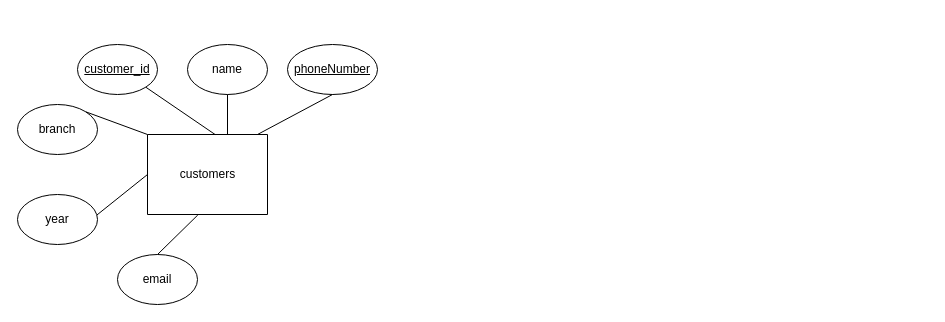
Earlier version of the draw.io diagram model/Untitled Diagram.drawio (DebmalyaSen34/backend-things-preperly). Source tidied: cells renumbered, new cells numbered last; positions are measured from the earlier drawing's top-left corner, leaving out a move shared by most shapes. Both pictures are drawn from the tidied source at 100%, with x=0, y=0 at pixel (17, 44).
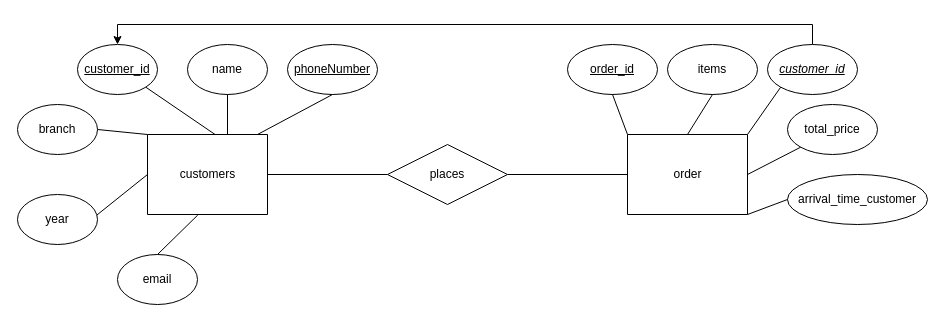
The same diagram, later.

Unchanged cells that the change refers to:
```xml
<mxCell id="4" value="&lt;u&gt;customer_id&lt;/u&gt;" style="ellipse;whiteSpace=wrap;html=1;" parent="1" vertex="1">
  <mxGeometry x="60" width="80" height="50" as="geometry" />
</mxCell>
<mxCell id="7" value="branch" style="ellipse;whiteSpace=wrap;html=1;" parent="1" vertex="1">
  <mxGeometry y="60" width="80" height="50" as="geometry" />
</mxCell>
```

Diff of the diagram source:
```diff
@@
-    <mxCell id="13" style="endArrow=none;html=1;rounded=0;entryX=1;entryY=0;entryDx=0;entryDy=0;" parent="1" edge="1" target="7">
+    <mxCell id="13" style="endArrow=none;html=1;rounded=0;entryX=1;entryY=0.5;entryDx=0;entryDy=0;" parent="1" edge="1" target="7">
       <mxGeometry relative="1" as="geometry">
         <mxPoint x="130" y="90" as="sourcePoint" />
       </mxGeometry>
     </mxCell>
@@
+    <mxCell id="16" style="swimlane;startSize=0;" parent="1" vertex="1">
+      <mxGeometry x="610" y="90" width="120" height="80" as="geometry" />
+    </mxCell>
+    <mxCell id="17" value="order" style="text;html=1;align=center;verticalAlign=middle;strokeColor=none;fillColor=none;" parent="16" vertex="1">
+      <mxGeometry x="35" y="25" width="50" height="30" as="geometry" />
+    </mxCell>
+    <mxCell id="18" value="&lt;u&gt;order_id&lt;/u&gt;" style="ellipse;whiteSpace=wrap;html=1;" parent="1" vertex="1">
+      <mxGeometry x="550" width="90" height="50" as="geometry" />
+    </mxCell>
+    <mxCell id="19" value="items" style="ellipse;whiteSpace=wrap;html=1;" parent="1" vertex="1">
+      <mxGeometry x="650" width="90" height="50" as="geometry" />
+    </mxCell>
+    <mxCell id="20" style="edgeStyle=orthogonalEdgeStyle;rounded=0;jettySize=auto;html=1;exitX=0.5;exitY=0;exitDx=0;exitDy=0;entryX=0.5;entryY=0;entryDx=0;entryDy=0;" parent="1" edge="1" source="21" target="4">
+      <mxGeometry relative="1" as="geometry" />
+    </mxCell>
+    <mxCell id="21" value="&lt;u&gt;&lt;i&gt;customer_id&lt;/i&gt;&lt;/u&gt;" style="ellipse;whiteSpace=wrap;html=1;" parent="1" vertex="1">
+      <mxGeometry x="750" width="90" height="50" as="geometry" />
+    </mxCell>
+    <mxCell id="22" value="total_price" style="ellipse;whiteSpace=wrap;html=1;" parent="1" vertex="1">
+      <mxGeometry x="770" y="60" width="90" height="50" as="geometry" />
+    </mxCell>
+    <mxCell id="23" value="arrival_time_customer" style="ellipse;whiteSpace=wrap;html=1;" parent="1" vertex="1">
+      <mxGeometry x="770" y="130" width="140" height="50" as="geometry" />
+    </mxCell>
+    <mxCell id="24" value="places" style="shape=rhombus;perimeter=rhombusPerimeter;whiteSpace=wrap;html=1;align=center;" parent="1" vertex="1">
+      <mxGeometry x="370" y="100" width="120" height="60" as="geometry" />
+    </mxCell>
+    <mxCell id="25" style="endArrow=none;html=1;rounded=0;entryX=0;entryY=0.5;entryDx=0;entryDy=0;" parent="1" edge="1" target="24">
+      <mxGeometry relative="1" as="geometry">
+        <mxPoint x="250" y="130" as="sourcePoint" />
+      </mxGeometry>
+    </mxCell>
+    <mxCell id="26" style="line;strokeWidth=1;dashed=0;labelPosition=right;align=left;verticalAlign=middle;spacingTop=0;spacingLeft=6;" parent="1" vertex="1">
+      <mxGeometry x="490" y="125" width="120" height="10" as="geometry" />
+    </mxCell>
+    <mxCell id="27" style="endArrow=none;html=1;rounded=0;exitX=0.5;exitY=1;exitDx=0;exitDy=0;entryX=0;entryY=0;entryDx=0;entryDy=0;" parent="1" edge="1" source="18" target="16">
+      <mxGeometry relative="1" as="geometry" />
+    </mxCell>
+    <mxCell id="28" style="endArrow=none;html=1;rounded=0;exitX=0.5;exitY=1;exitDx=0;exitDy=0;entryX=0.5;entryY=0;entryDx=0;entryDy=0;" parent="1" edge="1" source="19" target="16">
+      <mxGeometry relative="1" as="geometry" />
+    </mxCell>
+    <mxCell id="29" style="endArrow=none;html=1;rounded=0;exitX=0;exitY=1;exitDx=0;exitDy=0;entryX=1;entryY=0;entryDx=0;entryDy=0;" parent="1" edge="1" source="21" target="16">
+      <mxGeometry relative="1" as="geometry" />
+    </mxCell>
+    <mxCell id="30" style="endArrow=none;html=1;rounded=0;entryX=0;entryY=1;entryDx=0;entryDy=0;exitX=1;exitY=0.5;exitDx=0;exitDy=0;" parent="1" edge="1" source="16" target="22">
+      <mxGeometry relative="1" as="geometry" />
+    </mxCell>
+    <mxCell id="31" style="endArrow=none;html=1;rounded=0;entryX=0;entryY=0.5;entryDx=0;entryDy=0;exitX=1;exitY=1;exitDx=0;exitDy=0;" parent="1" edge="1" source="16" target="23">
+      <mxGeometry relative="1" as="geometry" />
+    </mxCell>
```
